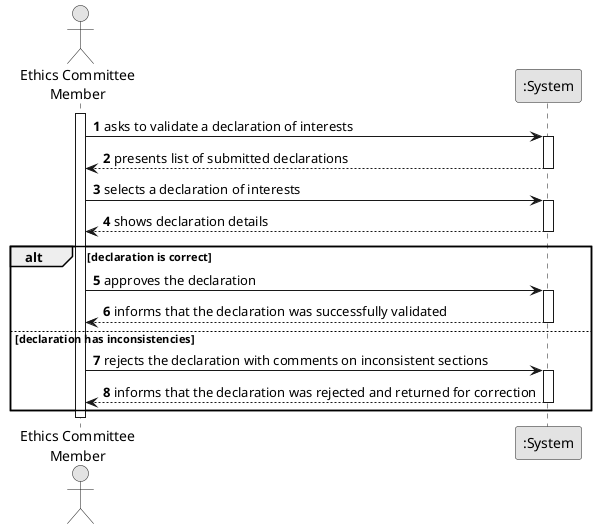
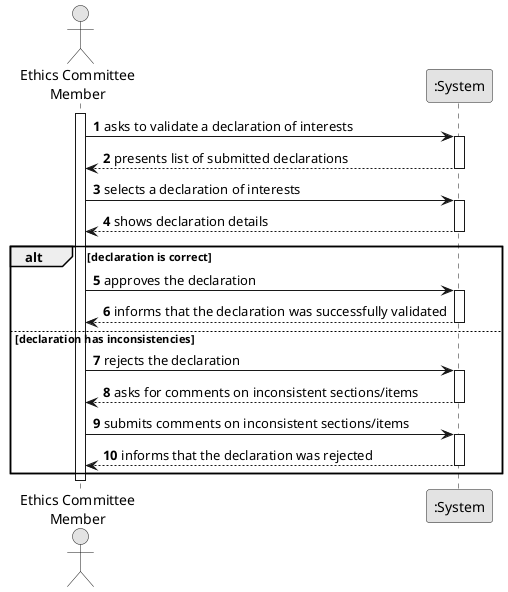
@startuml
skinparam monochrome true
skinparam packageStyle rectangle
skinparam shadowing false

autonumber

actor "Ethics Committee\nMember" as Member
participant ":System" as System

activate Member

    Member -> System : asks to validate a declaration of interests
    activate System
        System --> Member : presents list of submitted declarations
    deactivate System

    Member -> System : selects a declaration of interests
    activate System
        System --> Member : shows declaration details
    deactivate System

    alt declaration is correct
        Member -> System : approves the declaration
        activate System
            System --> Member : informs that the declaration was successfully validated
        deactivate System
+ 
    else declaration has inconsistencies
-         Member -> System : rejects the declaration with comments on inconsistent sections
+         Member -> System : rejects the declaration
        activate System
-             System --> Member : informs that the declaration was rejected and returned for correction
+             System --> Member : asks for comments on inconsistent sections/items
+         deactivate System
+ 
+         Member -> System : submits comments on inconsistent sections/items
+         activate System
+             System --> Member : informs that the declaration was rejected
        deactivate System
    end

deactivate Member
@enduml